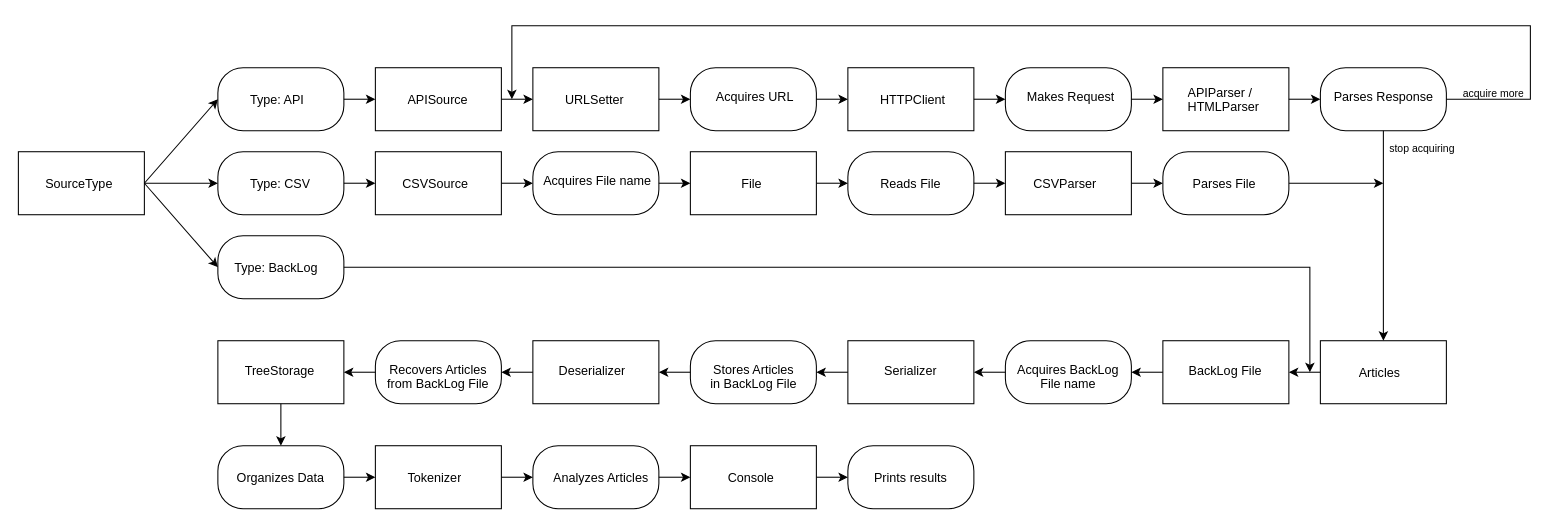
Before: models/design_models/activity_diag/activity_diag.drawio in Daedalus02/eis_project, a draw.io diagram. Source tidied: cells renumbered, new cells numbered last; positions are measured from the earlier drawing's top-left corner, leaving out a move shared by most shapes. Both pictures are drawn from the tidied source at 105%, with x=0, y=0 at pixel (18, 25).
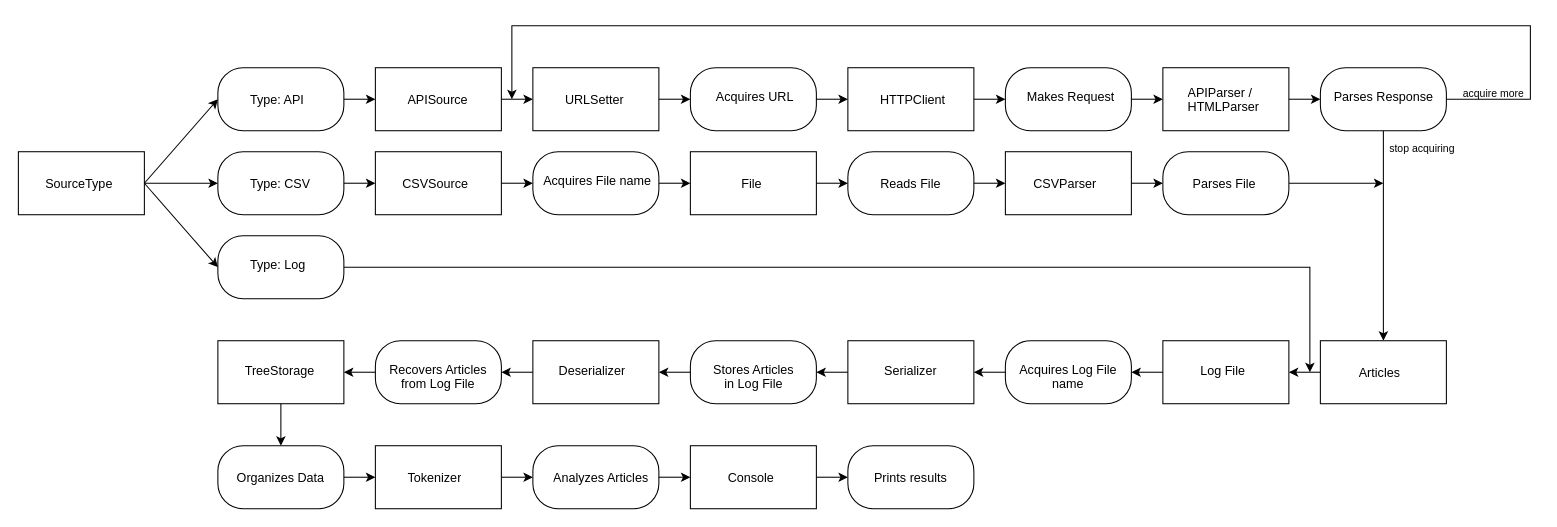
The same diagram, later.

Commit message (it also covers changes not shown here):
modifica nome backlog

Unchanged cells that the change refers to:
```xml
<mxCell id="5" style="group;" parent="1" vertex="1">
  <mxGeometry x="190" y="200" width="120" height="60" as="geometry" />
</mxCell>
<mxCell id="85" style="group;" parent="1" vertex="1">
  <mxGeometry x="1090" y="300" width="120" height="60" as="geometry" />
</mxCell>
```

Change to the diagram source:
```diff
@@
-    <mxCell id="7" value="Type: BackLog" style="text;strokeColor=none;fillColor=none;align=left;verticalAlign=top;spacingLeft=4;spacingRight=4;overflow=hidden;whiteSpace=wrap;html=1;" parent="5" vertex="1">
-      <mxGeometry x="10" y="17" width="100" height="33" as="geometry" />
+    <mxCell id="7" value="Type: Log" style="text;strokeColor=none;fillColor=none;align=left;verticalAlign=top;spacingLeft=4;spacingRight=4;overflow=hidden;whiteSpace=wrap;html=1;" parent="5" vertex="1">
+      <mxGeometry x="25" y="13.5" width="70" height="33" as="geometry" />
     </mxCell>
@@
-    <mxCell id="81" value="Stores Articles in BackLog File" style="text;strokeColor=none;fillColor=none;align=center;verticalAlign=top;spacingLeft=4;spacingRight=4;overflow=hidden;whiteSpace=wrap;html=1;" parent="1" vertex="1">
+    <mxCell id="81" value="Stores Articles in Log File" style="text;strokeColor=none;fillColor=none;align=center;verticalAlign=top;spacingLeft=4;spacingRight=4;overflow=hidden;whiteSpace=wrap;html=1;" parent="1" vertex="1">
       <mxGeometry x="652.5" y="313.5" width="95" height="33" as="geometry" />
     </mxCell>
@@
-    <mxCell id="84" value="Acquires BackLog File name" style="text;strokeColor=none;fillColor=none;align=center;verticalAlign=top;spacingLeft=4;spacingRight=4;overflow=hidden;whiteSpace=wrap;html=1;" parent="1" vertex="1">
+    <mxCell id="84" value="Acquires Log File name" style="text;strokeColor=none;fillColor=none;align=center;verticalAlign=top;spacingLeft=4;spacingRight=4;overflow=hidden;whiteSpace=wrap;html=1;" parent="1" vertex="1">
       <mxGeometry x="946.2" y="313.5" width="107.5" height="33" as="geometry" />
     </mxCell>
@@
-    <mxCell id="87" value="BackLog File" style="text;strokeColor=none;fillColor=none;align=left;verticalAlign=top;spacingLeft=4;spacingRight=4;overflow=hidden;whiteSpace=wrap;html=1;" parent="85" vertex="1">
-      <mxGeometry x="19.4" y="15" width="81.2" height="30" as="geometry" />
+    <mxCell id="87" value="Log File" style="text;strokeColor=none;fillColor=none;align=left;verticalAlign=top;spacingLeft=4;spacingRight=4;overflow=hidden;whiteSpace=wrap;html=1;" parent="85" vertex="1">
+      <mxGeometry x="29.7" y="15" width="60.6" height="30" as="geometry" />
     </mxCell>
@@
-    <mxCell id="94" value="Recovers Articles from BackLog File" style="text;strokeColor=none;fillColor=none;align=center;verticalAlign=top;spacingLeft=4;spacingRight=4;overflow=hidden;whiteSpace=wrap;html=1;" parent="1" vertex="1">
+    <mxCell id="94" value="Recovers Articles from Log File" style="text;strokeColor=none;fillColor=none;align=center;verticalAlign=top;spacingLeft=4;spacingRight=4;overflow=hidden;whiteSpace=wrap;html=1;" parent="1" vertex="1">
       <mxGeometry x="346.2" y="313.5" width="107.5" height="33" as="geometry" />
     </mxCell>
```
